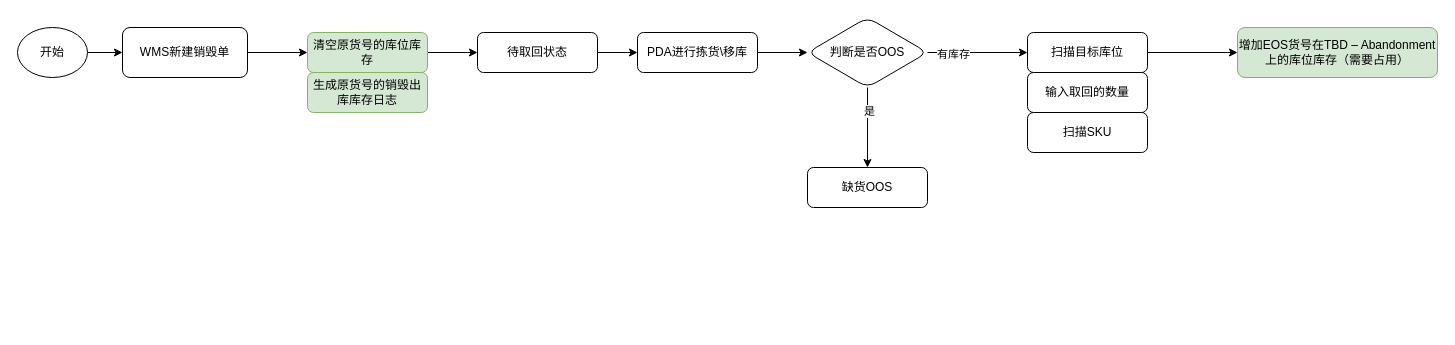
The draw.io diagram 销毁流程.drawio in OJBK123/Draws, before the edit. Source tidied: cells renumbered, new cells numbered last; positions are measured from the earlier drawing's top-left corner, leaving out a move shared by most shapes. Both pictures are drawn from the tidied source at 100%, with x=0, y=0 at pixel (17, 17).
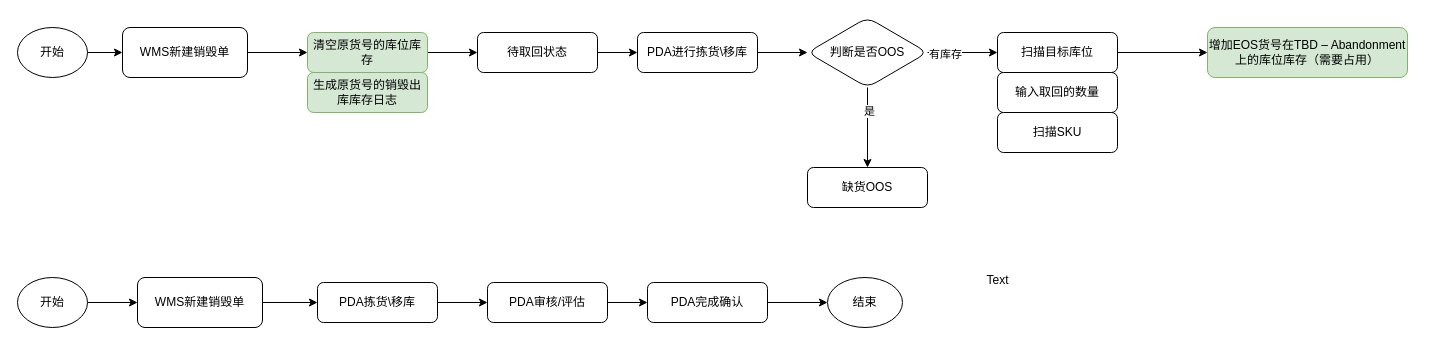
The same diagram, later.

Commit message:
更新销毁流程.drawio

Change to the diagram source:
```diff
@@
     <mxCell id="11" value="增加EOS货号在TBD – Abandonment上的库位库存（需要占用）" style="rounded=1;whiteSpace=wrap;html=1;fontSize=12;glass=0;strokeWidth=1;shadow=0;fillColor=#d5e8d4;strokeColor=#82b366;" parent="1" vertex="1">
-      <mxGeometry x="1220" y="10" width="200" height="50" as="geometry" />
+      <mxGeometry x="1190" y="10" width="200" height="50" as="geometry" />
     </mxCell>
@@
     <mxCell id="15" value="扫描目标库位" style="rounded=1;whiteSpace=wrap;html=1;fontSize=12;glass=0;strokeWidth=1;shadow=0;" parent="1" vertex="1">
-      <mxGeometry x="1010" y="15" width="120" height="40" as="geometry" />
+      <mxGeometry x="980" y="15" width="120" height="40" as="geometry" />
     </mxCell>
     <mxCell id="16" value="输入取回的数量" style="rounded=1;whiteSpace=wrap;html=1;fontSize=12;glass=0;strokeWidth=1;shadow=0;" parent="1" vertex="1">
-      <mxGeometry x="1010" y="55" width="120" height="40" as="geometry" />
+      <mxGeometry x="980" y="55" width="120" height="40" as="geometry" />
     </mxCell>
@@
     <mxCell id="23" value="扫描SKU" style="rounded=1;whiteSpace=wrap;html=1;fontSize=12;glass=0;strokeWidth=1;shadow=0;" parent="1" vertex="1">
-      <mxGeometry x="1010" y="95" width="120" height="40" as="geometry" />
+      <mxGeometry x="980" y="95" width="120" height="40" as="geometry" />
     </mxCell>
+    <mxCell id="24" value="Text" style="text;html=1;align=center;verticalAlign=middle;strokeColor=none;fillColor=none;" parent="1" vertex="1">
+      <mxGeometry x="955" y="248" width="50" height="30" as="geometry" />
+    </mxCell>
+    <mxCell id="25" style="edgeStyle=orthogonalEdgeStyle;rounded=0;jettySize=auto;html=1;exitX=1;exitY=0.5;exitDx=0;exitDy=0;entryX=0;entryY=0.5;entryDx=0;entryDy=0;" parent="1" edge="1" source="26" target="28">
+      <mxGeometry relative="1" as="geometry" />
+    </mxCell>
+    <mxCell id="26" value="开始" style="ellipse;whiteSpace=wrap;html=1;" parent="1" vertex="1">
+      <mxGeometry y="260" width="70" height="50" as="geometry" />
+    </mxCell>
+    <mxCell id="27" style="edgeStyle=orthogonalEdgeStyle;rounded=0;jettySize=auto;html=1;exitX=1;exitY=0.5;exitDx=0;exitDy=0;" parent="1" edge="1" source="28" target="30">
+      <mxGeometry relative="1" as="geometry" />
+    </mxCell>
+    <mxCell id="28" value="WMS新建销毁单" style="whiteSpace=wrap;html=1;rounded=1;glass=0;strokeWidth=1;shadow=0;" parent="1" vertex="1">
+      <mxGeometry x="120" y="260" width="125" height="50" as="geometry" />
+    </mxCell>
+    <mxCell id="29" style="edgeStyle=orthogonalEdgeStyle;rounded=0;jettySize=auto;html=1;exitX=1;exitY=0.5;exitDx=0;exitDy=0;" parent="1" edge="1" source="30" target="32">
+      <mxGeometry relative="1" as="geometry" />
+    </mxCell>
+    <mxCell id="30" value="PDA拣货\移库" style="rounded=1;whiteSpace=wrap;html=1;fontSize=12;glass=0;strokeWidth=1;shadow=0;" parent="1" vertex="1">
+      <mxGeometry x="300" y="265" width="120" height="40" as="geometry" />
+    </mxCell>
+    <mxCell id="31" style="edgeStyle=orthogonalEdgeStyle;rounded=0;jettySize=auto;html=1;exitX=1;exitY=0.5;exitDx=0;exitDy=0;" parent="1" edge="1" source="32" target="34">
+      <mxGeometry relative="1" as="geometry" />
+    </mxCell>
+    <mxCell id="32" value="PDA审核/评估" style="rounded=1;whiteSpace=wrap;html=1;fontSize=12;glass=0;strokeWidth=1;shadow=0;" parent="1" vertex="1">
+      <mxGeometry x="470" y="265" width="120" height="40" as="geometry" />
+    </mxCell>
+    <mxCell id="33" style="edgeStyle=orthogonalEdgeStyle;rounded=0;jettySize=auto;html=1;exitX=1;exitY=0.5;exitDx=0;exitDy=0;" parent="1" edge="1" source="34" target="35">
+      <mxGeometry relative="1" as="geometry" />
+    </mxCell>
+    <mxCell id="34" value="PDA完成确认" style="rounded=1;whiteSpace=wrap;html=1;fontSize=12;glass=0;strokeWidth=1;shadow=0;" parent="1" vertex="1">
+      <mxGeometry x="630" y="265" width="120" height="40" as="geometry" />
+    </mxCell>
+    <mxCell id="35" value="结束" style="ellipse;whiteSpace=wrap;html=1;" parent="1" vertex="1">
+      <mxGeometry x="810" y="260" width="75" height="50" as="geometry" />
+    </mxCell>
```
